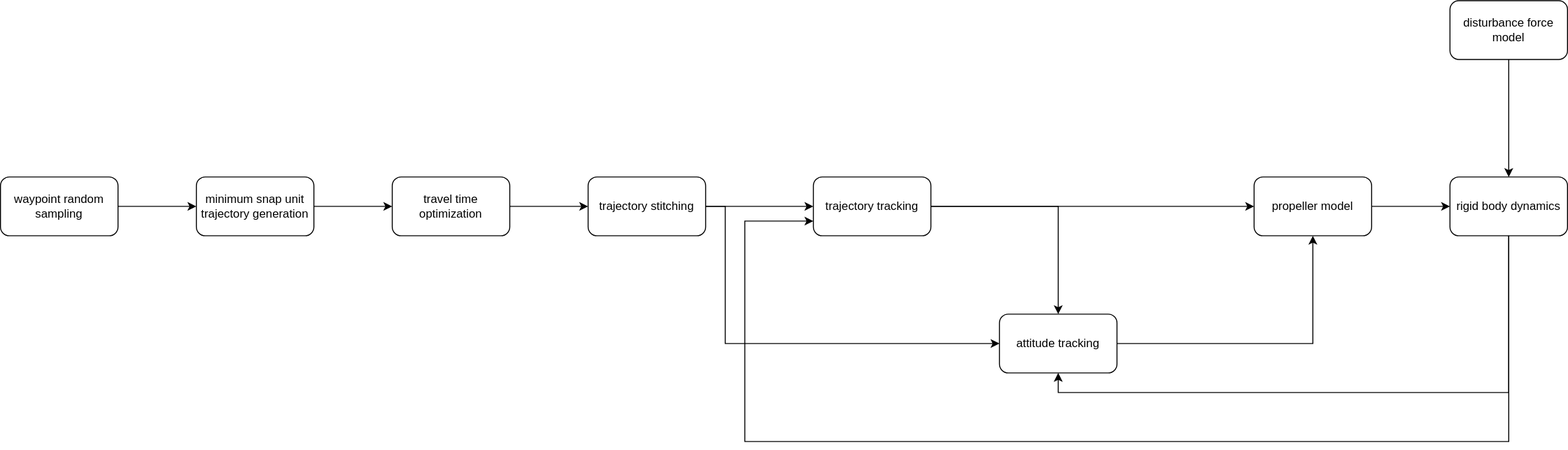
Earlier version of the draw.io export images/system_diagram.drawio.svg (zzzzzzhym/DroneSimulator). Source tidied: cells renumbered, new cells last; positions are measured from the earlier drawing's top-left corner, leaving out a move shared by most shapes. Source of this version:
```xml
<mxGraphModel>
  <root>
    <mxCell id="0" />
    <mxCell id="1" parent="0" />
    <mxCell id="2" style="edgeStyle=orthogonalEdgeStyle;rounded=0;jettySize=auto;html=1;" parent="1" edge="1" source="3" target="8">
      <mxGeometry relative="1" as="geometry" />
    </mxCell>
    <mxCell id="3" value="waypoint random sampling" style="rounded=1;whiteSpace=wrap;html=1;" parent="1" vertex="1">
      <mxGeometry y="180" width="120" height="60" as="geometry" />
    </mxCell>
    <mxCell id="4" style="edgeStyle=orthogonalEdgeStyle;rounded=0;jettySize=auto;html=1;" parent="1" edge="1" source="6" target="15">
      <mxGeometry relative="1" as="geometry" />
    </mxCell>
    <mxCell id="5" style="edgeStyle=orthogonalEdgeStyle;rounded=0;jettySize=auto;html=1;entryX=0;entryY=0.5;entryDx=0;entryDy=0;" parent="1" edge="1" source="6" target="17">
      <mxGeometry relative="1" as="geometry" />
    </mxCell>
    <mxCell id="6" value="trajectory tracking" style="rounded=1;whiteSpace=wrap;html=1;" parent="1" vertex="1">
      <mxGeometry x="830" y="180" width="120" height="60" as="geometry" />
    </mxCell>
    <mxCell id="7" style="edgeStyle=orthogonalEdgeStyle;rounded=0;jettySize=auto;html=1;" parent="1" edge="1" source="8" target="10">
      <mxGeometry relative="1" as="geometry" />
    </mxCell>
    <mxCell id="8" value="minimum snap unit trajectory generation" style="whiteSpace=wrap;html=1;rounded=1;" parent="1" vertex="1">
      <mxGeometry x="200" y="180" width="120" height="60" as="geometry" />
    </mxCell>
    <mxCell id="9" style="edgeStyle=orthogonalEdgeStyle;rounded=0;jettySize=auto;html=1;" parent="1" edge="1" source="10" target="13">
      <mxGeometry relative="1" as="geometry" />
    </mxCell>
    <mxCell id="10" value="travel time optimization" style="whiteSpace=wrap;html=1;rounded=1;" parent="1" vertex="1">
      <mxGeometry x="400" y="180" width="120" height="60" as="geometry" />
    </mxCell>
    <mxCell id="11" style="edgeStyle=orthogonalEdgeStyle;rounded=0;jettySize=auto;html=1;entryX=0;entryY=0.5;entryDx=0;entryDy=0;" parent="1" edge="1" source="13" target="6">
      <mxGeometry relative="1" as="geometry" />
    </mxCell>
    <mxCell id="12" style="edgeStyle=orthogonalEdgeStyle;rounded=0;jettySize=auto;html=1;entryX=0;entryY=0.5;entryDx=0;entryDy=0;" parent="1" edge="1" source="13" target="15">
      <mxGeometry relative="1" as="geometry">
        <Array as="points">
          <mxPoint x="740" y="210" />
          <mxPoint x="740" y="350" />
        </Array>
      </mxGeometry>
    </mxCell>
    <mxCell id="13" value="trajectory stitching" style="whiteSpace=wrap;html=1;rounded=1;" parent="1" vertex="1">
      <mxGeometry x="600" y="180" width="120" height="60" as="geometry" />
    </mxCell>
    <mxCell id="14" style="edgeStyle=orthogonalEdgeStyle;rounded=0;jettySize=auto;html=1;entryX=0.5;entryY=1;entryDx=0;entryDy=0;" parent="1" edge="1" source="15" target="17">
      <mxGeometry relative="1" as="geometry" />
    </mxCell>
    <mxCell id="15" value="attitude tracking" style="rounded=1;whiteSpace=wrap;html=1;" parent="1" vertex="1">
      <mxGeometry x="1020" y="320" width="120" height="60" as="geometry" />
    </mxCell>
    <mxCell id="16" style="edgeStyle=orthogonalEdgeStyle;rounded=0;jettySize=auto;html=1;" parent="1" edge="1" source="17" target="20">
      <mxGeometry relative="1" as="geometry" />
    </mxCell>
    <mxCell id="17" value="propeller model" style="rounded=1;whiteSpace=wrap;html=1;" parent="1" vertex="1">
      <mxGeometry x="1280" y="180" width="120" height="60" as="geometry" />
    </mxCell>
    <mxCell id="18" style="edgeStyle=orthogonalEdgeStyle;rounded=0;jettySize=auto;html=1;entryX=0;entryY=0.75;entryDx=0;entryDy=0;" parent="1" edge="1" source="20" target="6">
      <mxGeometry relative="1" as="geometry">
        <Array as="points">
          <mxPoint x="1540" y="450" />
          <mxPoint x="760" y="450" />
          <mxPoint x="760" y="225" />
        </Array>
      </mxGeometry>
    </mxCell>
    <mxCell id="19" style="edgeStyle=orthogonalEdgeStyle;rounded=0;jettySize=auto;html=1;entryX=0.5;entryY=1;entryDx=0;entryDy=0;" parent="1" edge="1" source="20" target="15">
      <mxGeometry relative="1" as="geometry">
        <Array as="points">
          <mxPoint x="1540" y="400" />
          <mxPoint x="1080" y="400" />
        </Array>
      </mxGeometry>
    </mxCell>
    <mxCell id="20" value="rigid body dynamics" style="rounded=1;whiteSpace=wrap;html=1;" parent="1" vertex="1">
      <mxGeometry x="1480" y="180" width="120" height="60" as="geometry" />
    </mxCell>
    <mxCell id="21" style="edgeStyle=orthogonalEdgeStyle;rounded=0;jettySize=auto;html=1;entryX=0.5;entryY=0;entryDx=0;entryDy=0;" parent="1" edge="1" source="22" target="20">
      <mxGeometry relative="1" as="geometry" />
    </mxCell>
    <mxCell id="22" value="disturbance force model" style="rounded=1;whiteSpace=wrap;html=1;" parent="1" vertex="1">
      <mxGeometry x="1480" width="120" height="60" as="geometry" />
    </mxCell>
  </root>
</mxGraphModel>
```
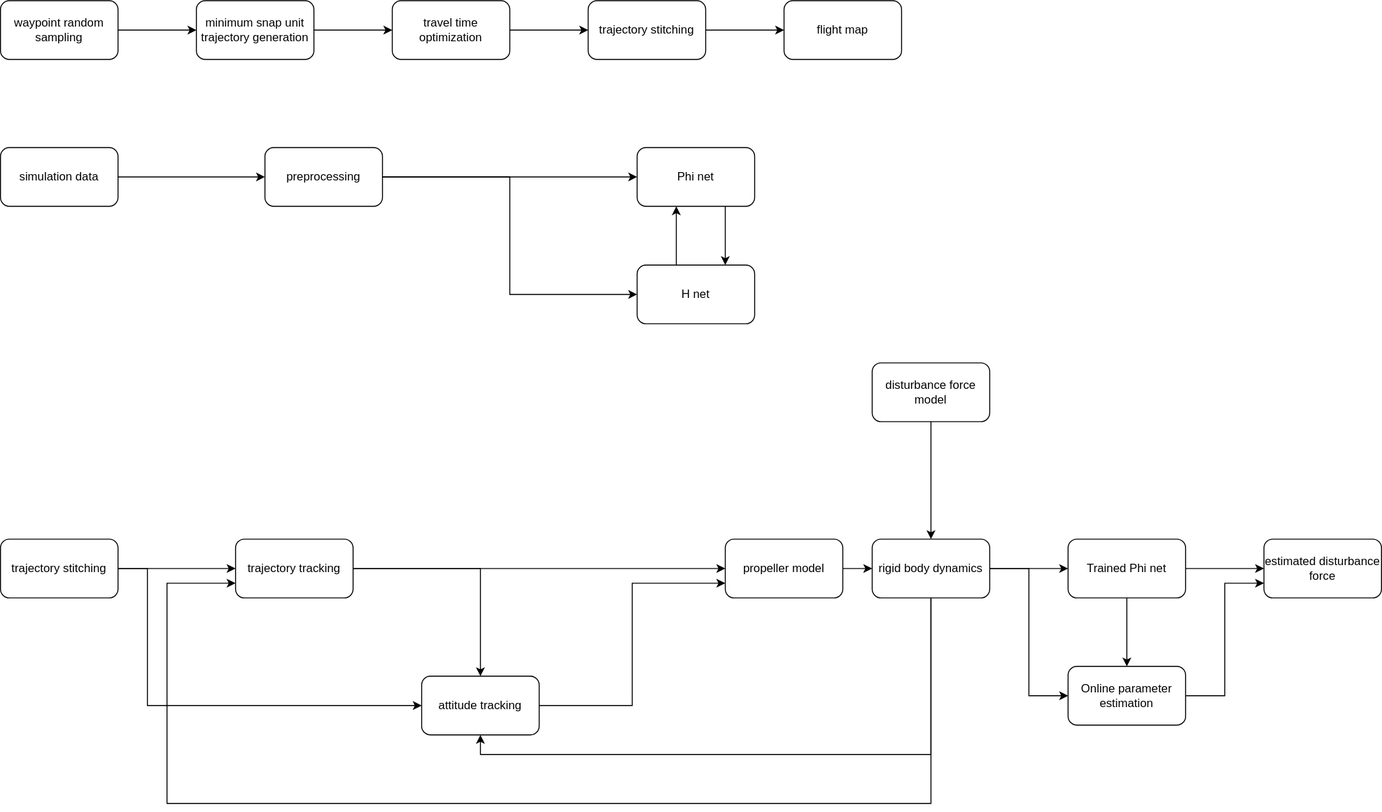
Later version of the same file.

Diff of the diagram source:
```diff
@@ -2,12 +2,6 @@
   <root>
     <mxCell id="0" />
     <mxCell id="1" parent="0" />
-    <mxCell id="2" style="edgeStyle=orthogonalEdgeStyle;rounded=0;jettySize=auto;html=1;" parent="1" edge="1" source="3" target="8">
-      <mxGeometry relative="1" as="geometry" />
-    </mxCell>
-    <mxCell id="3" value="waypoint random sampling" style="rounded=1;whiteSpace=wrap;html=1;" parent="1" vertex="1">
-      <mxGeometry y="180" width="120" height="60" as="geometry" />
-    </mxCell>
     <mxCell id="4" style="edgeStyle=orthogonalEdgeStyle;rounded=0;jettySize=auto;html=1;" parent="1" edge="1" source="6" target="15">
       <mxGeometry relative="1" as="geometry" />
     </mxCell>
@@ -15,71 +9,147 @@
       <mxGeometry relative="1" as="geometry" />
     </mxCell>
     <mxCell id="6" value="trajectory tracking" style="rounded=1;whiteSpace=wrap;html=1;" parent="1" vertex="1">
-      <mxGeometry x="830" y="180" width="120" height="60" as="geometry" />
+      <mxGeometry x="250" y="190" width="120" height="60" as="geometry" />
     </mxCell>
-    <mxCell id="7" style="edgeStyle=orthogonalEdgeStyle;rounded=0;jettySize=auto;html=1;" parent="1" edge="1" source="8" target="10">
-      <mxGeometry relative="1" as="geometry" />
-    </mxCell>
-    <mxCell id="8" value="minimum snap unit trajectory generation" style="whiteSpace=wrap;html=1;rounded=1;" parent="1" vertex="1">
-      <mxGeometry x="200" y="180" width="120" height="60" as="geometry" />
-    </mxCell>
-    <mxCell id="9" style="edgeStyle=orthogonalEdgeStyle;rounded=0;jettySize=auto;html=1;" parent="1" edge="1" source="10" target="13">
-      <mxGeometry relative="1" as="geometry" />
-    </mxCell>
-    <mxCell id="10" value="travel time optimization" style="whiteSpace=wrap;html=1;rounded=1;" parent="1" vertex="1">
-      <mxGeometry x="400" y="180" width="120" height="60" as="geometry" />
-    </mxCell>
     <mxCell id="11" style="edgeStyle=orthogonalEdgeStyle;rounded=0;jettySize=auto;html=1;entryX=0;entryY=0.5;entryDx=0;entryDy=0;" parent="1" edge="1" source="13" target="6">
       <mxGeometry relative="1" as="geometry" />
     </mxCell>
     <mxCell id="12" style="edgeStyle=orthogonalEdgeStyle;rounded=0;jettySize=auto;html=1;entryX=0;entryY=0.5;entryDx=0;entryDy=0;" parent="1" edge="1" source="13" target="15">
       <mxGeometry relative="1" as="geometry">
         <Array as="points">
-          <mxPoint x="740" y="210" />
-          <mxPoint x="740" y="350" />
+          <mxPoint x="160" y="220" />
+          <mxPoint x="160" y="360" />
         </Array>
       </mxGeometry>
     </mxCell>
     <mxCell id="13" value="trajectory stitching" style="whiteSpace=wrap;html=1;rounded=1;" parent="1" vertex="1">
-      <mxGeometry x="600" y="180" width="120" height="60" as="geometry" />
+      <mxGeometry x="10" y="190" width="120" height="60" as="geometry" />
     </mxCell>
-    <mxCell id="14" style="edgeStyle=orthogonalEdgeStyle;rounded=0;jettySize=auto;html=1;entryX=0.5;entryY=1;entryDx=0;entryDy=0;" parent="1" edge="1" source="15" target="17">
+    <mxCell id="14" style="edgeStyle=orthogonalEdgeStyle;rounded=0;jettySize=auto;html=1;entryX=0;entryY=0.75;entryDx=0;entryDy=0;" parent="1" edge="1" source="15" target="17">
       <mxGeometry relative="1" as="geometry" />
     </mxCell>
     <mxCell id="15" value="attitude tracking" style="rounded=1;whiteSpace=wrap;html=1;" parent="1" vertex="1">
-      <mxGeometry x="1020" y="320" width="120" height="60" as="geometry" />
+      <mxGeometry x="440" y="330" width="120" height="60" as="geometry" />
     </mxCell>
     <mxCell id="16" style="edgeStyle=orthogonalEdgeStyle;rounded=0;jettySize=auto;html=1;" parent="1" edge="1" source="17" target="20">
       <mxGeometry relative="1" as="geometry" />
     </mxCell>
     <mxCell id="17" value="propeller model" style="rounded=1;whiteSpace=wrap;html=1;" parent="1" vertex="1">
-      <mxGeometry x="1280" y="180" width="120" height="60" as="geometry" />
+      <mxGeometry x="750" y="190" width="120" height="60" as="geometry" />
     </mxCell>
     <mxCell id="18" style="edgeStyle=orthogonalEdgeStyle;rounded=0;jettySize=auto;html=1;entryX=0;entryY=0.75;entryDx=0;entryDy=0;" parent="1" edge="1" source="20" target="6">
       <mxGeometry relative="1" as="geometry">
         <Array as="points">
-          <mxPoint x="1540" y="450" />
-          <mxPoint x="760" y="450" />
-          <mxPoint x="760" y="225" />
+          <mxPoint x="960" y="460" />
+          <mxPoint x="180" y="460" />
+          <mxPoint x="180" y="235" />
         </Array>
       </mxGeometry>
     </mxCell>
     <mxCell id="19" style="edgeStyle=orthogonalEdgeStyle;rounded=0;jettySize=auto;html=1;entryX=0.5;entryY=1;entryDx=0;entryDy=0;" parent="1" edge="1" source="20" target="15">
       <mxGeometry relative="1" as="geometry">
         <Array as="points">
-          <mxPoint x="1540" y="400" />
-          <mxPoint x="1080" y="400" />
+          <mxPoint x="960" y="410" />
+          <mxPoint x="500" y="410" />
         </Array>
       </mxGeometry>
     </mxCell>
+    <mxCell id="23" style="edgeStyle=orthogonalEdgeStyle;rounded=0;jettySize=auto;html=1;" parent="1" edge="1" source="20" target="40">
+      <mxGeometry relative="1" as="geometry" />
+    </mxCell>
+    <mxCell id="24" style="edgeStyle=orthogonalEdgeStyle;rounded=0;jettySize=auto;html=1;entryX=0;entryY=0.5;entryDx=0;entryDy=0;" parent="1" edge="1" source="20" target="42">
+      <mxGeometry relative="1" as="geometry" />
+    </mxCell>
     <mxCell id="20" value="rigid body dynamics" style="rounded=1;whiteSpace=wrap;html=1;" parent="1" vertex="1">
-      <mxGeometry x="1480" y="180" width="120" height="60" as="geometry" />
+      <mxGeometry x="900" y="190" width="120" height="60" as="geometry" />
     </mxCell>
     <mxCell id="21" style="edgeStyle=orthogonalEdgeStyle;rounded=0;jettySize=auto;html=1;entryX=0.5;entryY=0;entryDx=0;entryDy=0;" parent="1" edge="1" source="22" target="20">
       <mxGeometry relative="1" as="geometry" />
     </mxCell>
     <mxCell id="22" value="disturbance force model" style="rounded=1;whiteSpace=wrap;html=1;" parent="1" vertex="1">
-      <mxGeometry x="1480" width="120" height="60" as="geometry" />
+      <mxGeometry x="900" y="10" width="120" height="60" as="geometry" />
     </mxCell>
+    <mxCell id="25" style="edgeStyle=orthogonalEdgeStyle;rounded=0;jettySize=auto;html=1;" parent="1" edge="1" source="27" target="33">
+      <mxGeometry relative="1" as="geometry" />
+    </mxCell>
+    <mxCell id="26" style="edgeStyle=orthogonalEdgeStyle;rounded=0;jettySize=auto;html=1;entryX=0;entryY=0.5;entryDx=0;entryDy=0;" parent="1" edge="1" source="27" target="35">
+      <mxGeometry relative="1" as="geometry" />
+    </mxCell>
+    <mxCell id="27" value="preprocessing" style="rounded=1;whiteSpace=wrap;html=1;" parent="1" vertex="1">
+      <mxGeometry x="280" y="-210" width="120" height="60" as="geometry" />
+    </mxCell>
+    <mxCell id="2" style="edgeStyle=orthogonalEdgeStyle;rounded=0;jettySize=auto;html=1;" parent="1" edge="1" source="3" target="8">
+      <mxGeometry relative="1" as="geometry" />
+    </mxCell>
+    <mxCell id="3" value="waypoint random sampling" style="rounded=1;whiteSpace=wrap;html=1;" parent="1" vertex="1">
+      <mxGeometry x="10" y="-360" width="120" height="60" as="geometry" />
+    </mxCell>
+    <mxCell id="7" style="edgeStyle=orthogonalEdgeStyle;rounded=0;jettySize=auto;html=1;" parent="1" edge="1" source="8" target="10">
+      <mxGeometry relative="1" as="geometry" />
+    </mxCell>
+    <mxCell id="8" value="minimum snap unit trajectory generation" style="whiteSpace=wrap;html=1;rounded=1;" parent="1" vertex="1">
+      <mxGeometry x="210" y="-360" width="120" height="60" as="geometry" />
+    </mxCell>
+    <mxCell id="28" style="edgeStyle=orthogonalEdgeStyle;rounded=0;jettySize=auto;html=1;" parent="1" edge="1" source="10" target="30">
+      <mxGeometry relative="1" as="geometry" />
+    </mxCell>
+    <mxCell id="10" value="travel time optimization" style="whiteSpace=wrap;html=1;rounded=1;" parent="1" vertex="1">
+      <mxGeometry x="410" y="-360" width="120" height="60" as="geometry" />
+    </mxCell>
+    <mxCell id="29" style="edgeStyle=orthogonalEdgeStyle;rounded=0;jettySize=auto;html=1;" parent="1" edge="1" source="30" target="31">
+      <mxGeometry relative="1" as="geometry" />
+    </mxCell>
+    <mxCell id="30" value="trajectory stitching" style="whiteSpace=wrap;html=1;rounded=1;" parent="1" vertex="1">
+      <mxGeometry x="610" y="-360" width="120" height="60" as="geometry" />
+    </mxCell>
+    <mxCell id="31" value="flight map" style="whiteSpace=wrap;html=1;rounded=1;" parent="1" vertex="1">
+      <mxGeometry x="810" y="-360" width="120" height="60" as="geometry" />
+    </mxCell>
+    <mxCell id="32" style="edgeStyle=orthogonalEdgeStyle;rounded=0;jettySize=auto;html=1;entryX=0.75;entryY=0;entryDx=0;entryDy=0;" parent="1" edge="1" source="33" target="35">
+      <mxGeometry relative="1" as="geometry">
+        <Array as="points">
+          <mxPoint x="750" y="-130" />
+          <mxPoint x="750" y="-130" />
+        </Array>
+      </mxGeometry>
+    </mxCell>
+    <mxCell id="33" value="Phi net" style="whiteSpace=wrap;html=1;rounded=1;" parent="1" vertex="1">
+      <mxGeometry x="660" y="-210" width="120" height="60" as="geometry" />
+    </mxCell>
+    <mxCell id="34" style="edgeStyle=orthogonalEdgeStyle;rounded=0;jettySize=auto;html=1;" parent="1" edge="1" source="35" target="33">
+      <mxGeometry relative="1" as="geometry">
+        <Array as="points">
+          <mxPoint x="700" y="-120" />
+          <mxPoint x="700" y="-120" />
+        </Array>
+      </mxGeometry>
+    </mxCell>
+    <mxCell id="35" value="H net" style="whiteSpace=wrap;html=1;rounded=1;" parent="1" vertex="1">
+      <mxGeometry x="660" y="-90" width="120" height="60" as="geometry" />
+    </mxCell>
+    <mxCell id="36" style="edgeStyle=orthogonalEdgeStyle;rounded=0;jettySize=auto;html=1;entryX=0;entryY=0.5;entryDx=0;entryDy=0;" parent="1" edge="1" source="37" target="27">
+      <mxGeometry relative="1" as="geometry" />
+    </mxCell>
+    <mxCell id="37" value="simulation data" style="rounded=1;whiteSpace=wrap;html=1;" parent="1" vertex="1">
+      <mxGeometry x="10" y="-210" width="120" height="60" as="geometry" />
+    </mxCell>
+    <mxCell id="38" style="edgeStyle=orthogonalEdgeStyle;rounded=0;jettySize=auto;html=1;" parent="1" edge="1" source="40" target="42">
+      <mxGeometry relative="1" as="geometry" />
+    </mxCell>
+    <mxCell id="39" style="edgeStyle=orthogonalEdgeStyle;rounded=0;jettySize=auto;html=1;" parent="1" edge="1" source="40" target="43">
+      <mxGeometry relative="1" as="geometry" />
+    </mxCell>
+    <mxCell id="40" value="Trained Phi net" style="whiteSpace=wrap;html=1;rounded=1;" parent="1" vertex="1">
+      <mxGeometry x="1100" y="190" width="120" height="60" as="geometry" />
+    </mxCell>
+    <mxCell id="41" style="edgeStyle=orthogonalEdgeStyle;rounded=0;jettySize=auto;html=1;entryX=0;entryY=0.75;entryDx=0;entryDy=0;" parent="1" edge="1" source="42" target="43">
+      <mxGeometry relative="1" as="geometry" />
+    </mxCell>
+    <mxCell id="42" value="Online parameter estimation" style="whiteSpace=wrap;html=1;rounded=1;" parent="1" vertex="1">
+      <mxGeometry x="1100" y="320" width="120" height="60" as="geometry" />
+    </mxCell>
+    <mxCell id="43" value="estimated disturbance force" style="whiteSpace=wrap;html=1;rounded=1;" parent="1" vertex="1">
+      <mxGeometry x="1300" y="190" width="120" height="60" as="geometry" />
+    </mxCell>
   </root>
 </mxGraphModel>
```
